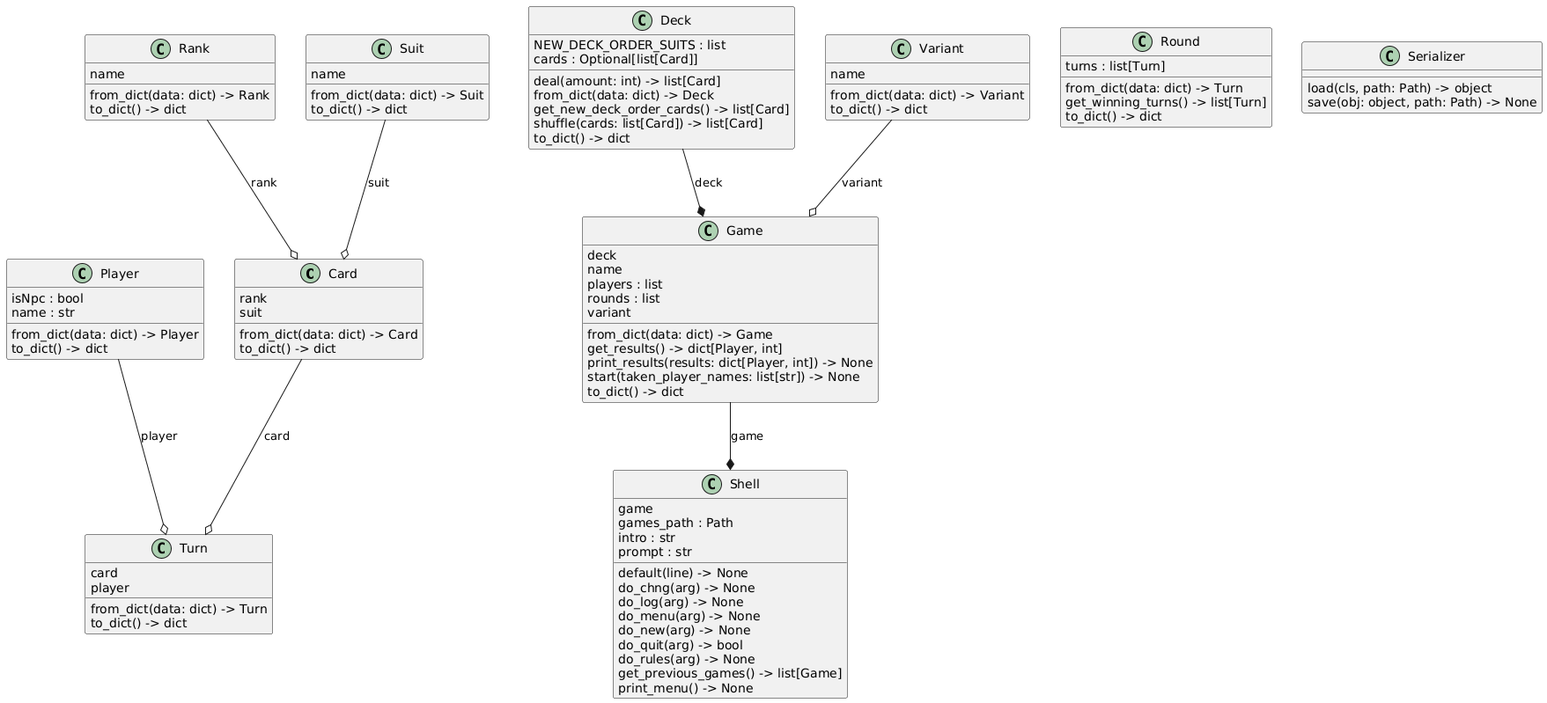
This is docs/uml/png/classes_war.png from b3h3m0th/war, a PlantUML export, as it was before one commit.
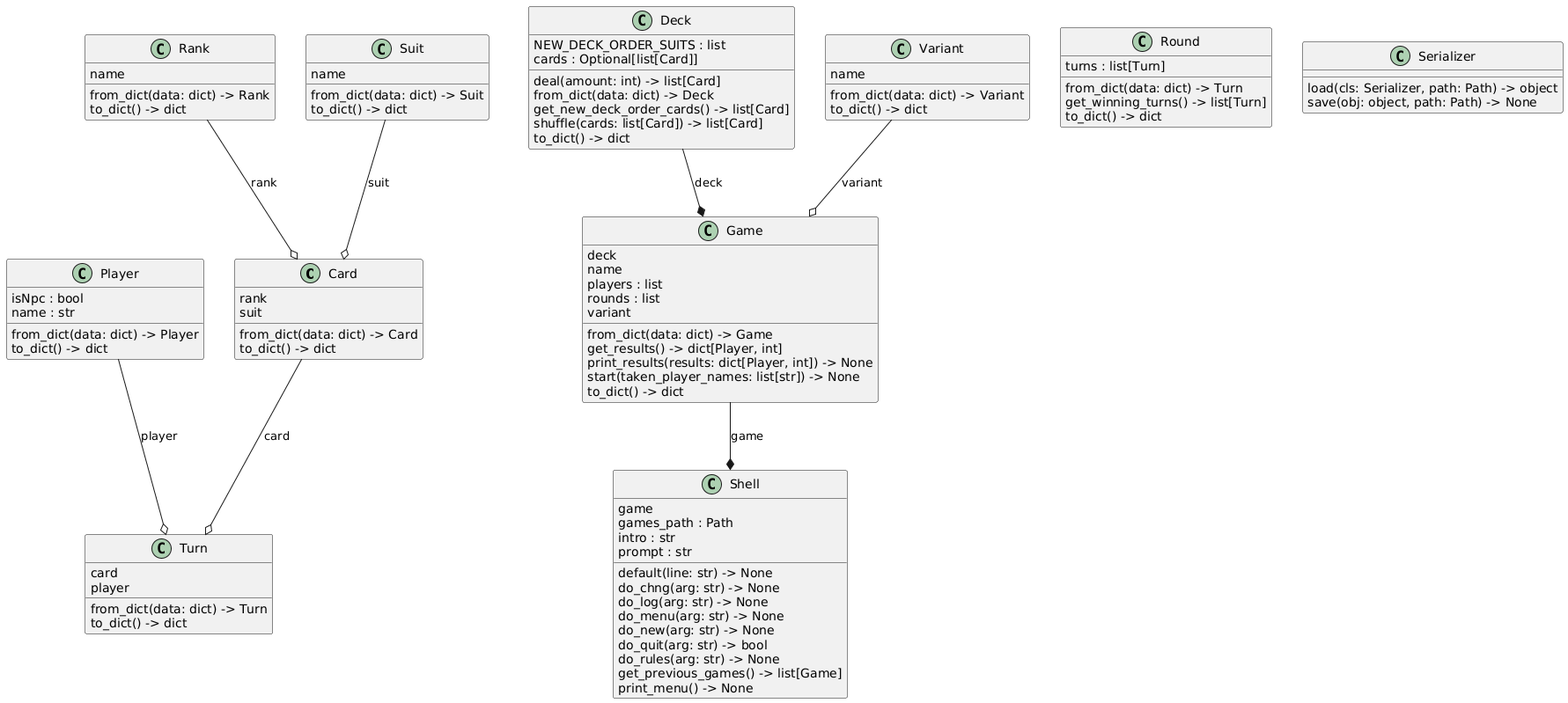
After the change.

Change to the diagram source:
```diff
@@ -45,7 +45,7 @@
   to_dict() -> dict
 }
 class "Serializer" as utils.serializer.Serializer {
-  load(cls, path: Path) -> object
+  load(cls: Serializer, path: Path) -> object
   save(obj: object, path: Path) -> None
 }
 class "Shell" as models.shell.Shell {
@@ -53,13 +53,13 @@
   games_path : Path
   intro : str
   prompt : str
-  default(line) -> None
-  do_chng(arg) -> None
-  do_log(arg) -> None
-  do_menu(arg) -> None
-  do_new(arg) -> None
-  do_quit(arg) -> bool
-  do_rules(arg) -> None
+  default(line: str) -> None
+  do_chng(arg: str) -> None
+  do_log(arg: str) -> None
+  do_menu(arg: str) -> None
+  do_new(arg: str) -> None
+  do_quit(arg: str) -> bool
+  do_rules(arg: str) -> None
   get_previous_games() -> list[Game]
   print_menu() -> None
 }
```
